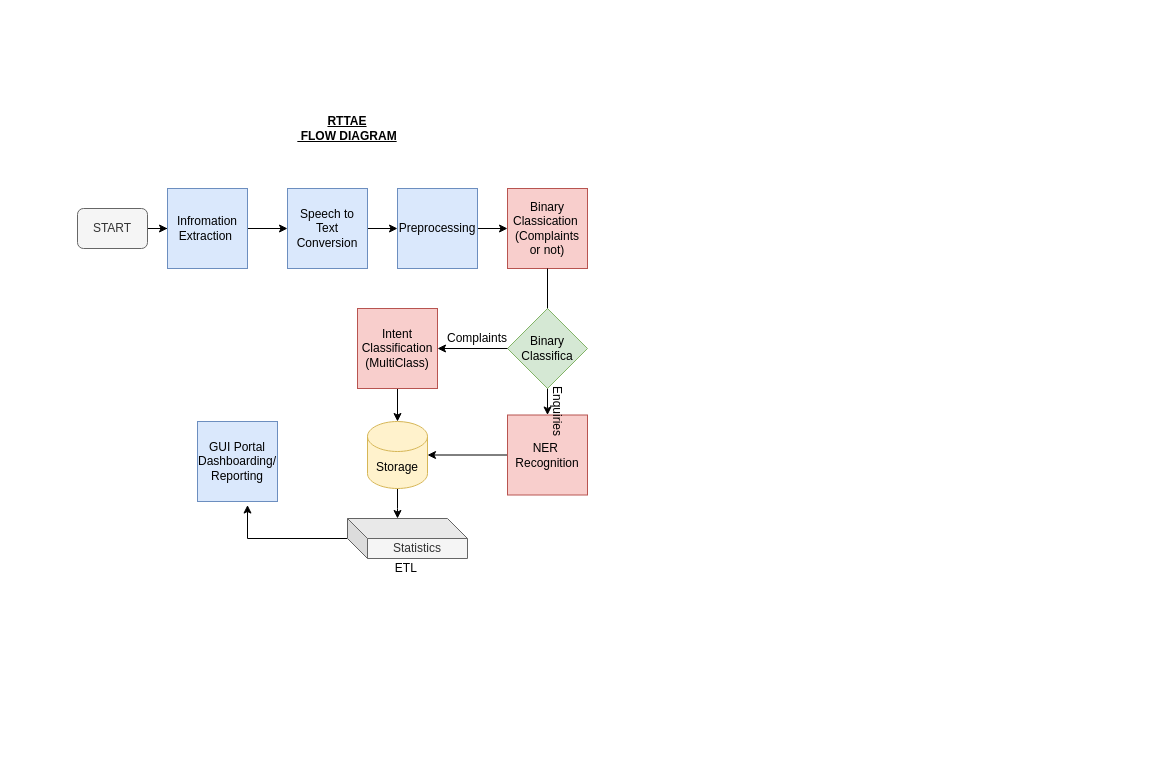
Earlier version of the draw.io diagram RTTAE_FunctionalFlow.drawio (arjunKumbakkara/AI_ML_Architectures). Source tidied: cells renumbered, new cells numbered last; positions are measured from the earlier drawing's top-left corner, leaving out a move shared by most shapes. Both pictures are drawn from the tidied source at 100%, with x=0, y=0 at pixel (77, 118).
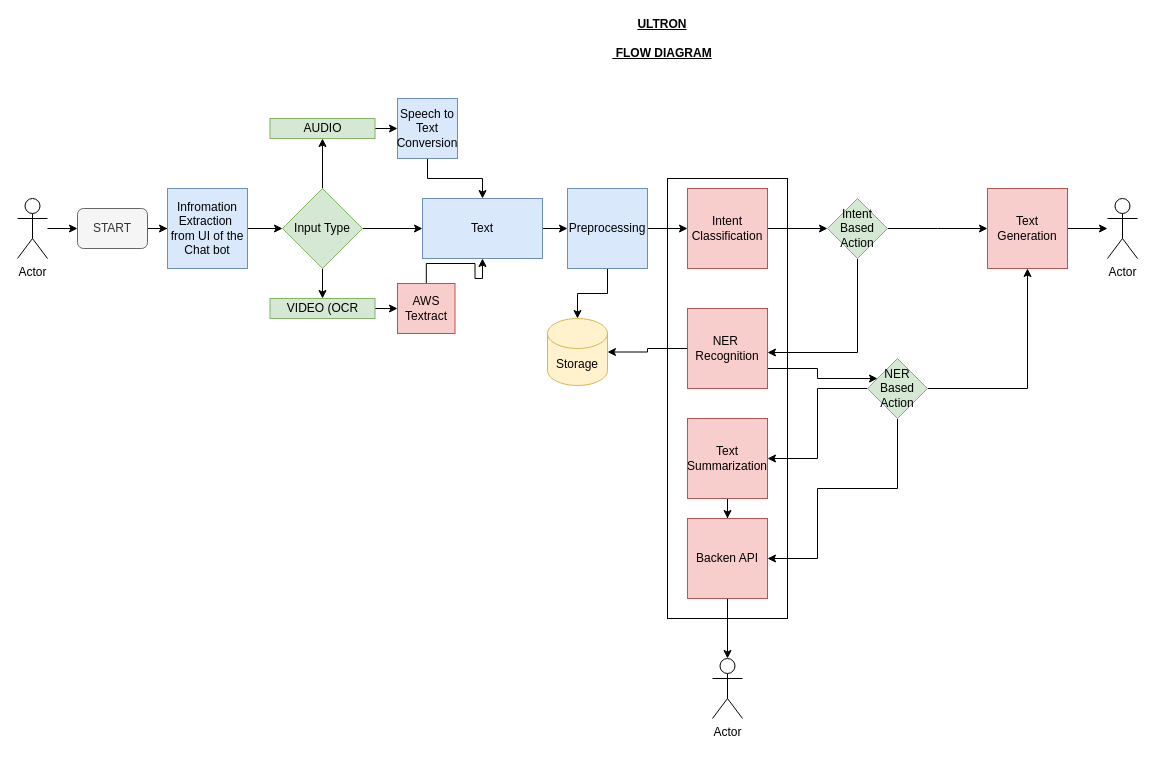
The same diagram, later.

Unchanged cells that the change refers to:
```xml
<mxCell id="4" value="START" style="rounded=1;whiteSpace=wrap;html=1;fillColor=#f5f5f5;strokeColor=#666666;fontColor=#333333;" parent="1" vertex="1">
  <mxGeometry y="90" width="70" height="40" as="geometry" />
</mxCell>
```

The edit, as a diff of the source:
```diff
@@
+    <mxCell id="27" style="rounded=0;whiteSpace=wrap;html=1;" parent="1" vertex="1">
+      <mxGeometry x="590" y="60" width="120" height="440" as="geometry" />
+    </mxCell>
-    <mxCell id="2" value="&lt;b&gt;&lt;u&gt;RTTAE&lt;br&gt;&amp;nbsp;FLOW DIAGRAM&lt;/u&gt;&lt;/b&gt;" style="text;html=1;strokeColor=none;fillColor=none;align=center;verticalAlign=middle;whiteSpace=wrap;rounded=0;" parent="1" vertex="1">
-      <mxGeometry x="200" width="140" height="20" as="geometry" />
+    <mxCell id="2" value="&lt;b&gt;&lt;u&gt;ULTRON&lt;br&gt;&lt;br&gt;&amp;nbsp;FLOW DIAGRAM&lt;/u&gt;&lt;/b&gt;" style="text;html=1;strokeColor=none;fillColor=none;align=center;verticalAlign=middle;whiteSpace=wrap;rounded=0;" parent="1" vertex="1">
+      <mxGeometry x="440" y="-90" width="290" height="20" as="geometry" />
     </mxCell>
@@
-    <mxCell id="5" style="edgeStyle=orthogonalEdgeStyle;rounded=0;jettySize=auto;html=1;" parent="1" edge="1" source="6" target="8">
-      <mxGeometry relative="1" as="geometry" />
-    </mxCell>
+    <mxCell id="28" style="edgeStyle=orthogonalEdgeStyle;rounded=0;jettySize=auto;html=1;" parent="1" edge="1" source="6" target="36">
+      <mxGeometry relative="1" as="geometry" />
+    </mxCell>
-    <mxCell id="6" value="Infromation Extraction&amp;nbsp;" style="whiteSpace=wrap;html=1;fillColor=#dae8fc;strokeColor=#6c8ebf;" parent="1" vertex="1">
+    <mxCell id="6" value="Infromation Extraction&amp;nbsp;&lt;br&gt;from UI of the Chat bot" style="whiteSpace=wrap;html=1;fillColor=#dae8fc;strokeColor=#6c8ebf;" parent="1" vertex="1">
       <mxGeometry x="90" y="70" width="80" height="80" as="geometry" />
     </mxCell>
-    <mxCell id="7" style="edgeStyle=orthogonalEdgeStyle;rounded=0;jettySize=auto;html=1;" parent="1" edge="1" source="8" target="10">
-      <mxGeometry relative="1" as="geometry" />
-    </mxCell>
+    <mxCell id="29" style="edgeStyle=orthogonalEdgeStyle;rounded=0;jettySize=auto;html=1;" parent="1" edge="1" source="8" target="44">
+      <mxGeometry relative="1" as="geometry" />
+    </mxCell>
     <mxCell id="8" value="Speech to Text Conversion" style="whiteSpace=wrap;html=1;fillColor=#dae8fc;strokeColor=#6c8ebf;" parent="1" vertex="1">
-      <mxGeometry x="210" y="70" width="80" height="80" as="geometry" />
+      <mxGeometry x="320" y="-20" width="60" height="60" as="geometry" />
     </mxCell>
@@
+    <mxCell id="30" style="edgeStyle=orthogonalEdgeStyle;rounded=0;jettySize=auto;html=1;" parent="1" edge="1" source="10" target="26">
+      <mxGeometry relative="1" as="geometry" />
+    </mxCell>
     <mxCell id="10" value="Preprocessing" style="whiteSpace=wrap;html=1;fillColor=#dae8fc;strokeColor=#6c8ebf;" parent="1" vertex="1">
-      <mxGeometry x="320" y="70" width="80" height="80" as="geometry" />
+      <mxGeometry x="490" y="70" width="80" height="80" as="geometry" />
     </mxCell>
+    <mxCell id="31" style="edgeStyle=orthogonalEdgeStyle;rounded=0;jettySize=auto;html=1;" parent="1" edge="1" source="11" target="53">
+      <mxGeometry relative="1" as="geometry" />
+    </mxCell>
-    <mxCell id="11" value="Binary Classication&amp;nbsp;&lt;br&gt;(Complaints or not)" style="whiteSpace=wrap;html=1;fillColor=#f8cecc;strokeColor=#b85450;" parent="1" vertex="1">
-      <mxGeometry x="430" y="70" width="80" height="80" as="geometry" />
+    <mxCell id="11" value="Intent Classification&lt;br&gt;" style="whiteSpace=wrap;html=1;fillColor=#f8cecc;strokeColor=#b85450;" parent="1" vertex="1">
+      <mxGeometry x="610" y="70" width="80" height="80" as="geometry" />
     </mxCell>
-    <mxCell id="12" style="edgeStyle=orthogonalEdgeStyle;rounded=0;jettySize=auto;html=1;entryX=0.5;entryY=0;entryDx=0;entryDy=0;entryPerimeter=0;" parent="1" edge="1" source="13" target="26">
-      <mxGeometry relative="1" as="geometry" />
-    </mxCell>
-    <mxCell id="13" value="Intent Classification&lt;br&gt;(MultiClass)" style="whiteSpace=wrap;html=1;fillColor=#f8cecc;strokeColor=#b85450;" parent="1" vertex="1">
-      <mxGeometry x="280" y="190" width="80" height="80" as="geometry" />
-    </mxCell>
@@
+    <mxCell id="32" style="edgeStyle=orthogonalEdgeStyle;rounded=0;jettySize=auto;html=1;" parent="1" edge="1" source="15" target="57">
+      <mxGeometry relative="1" as="geometry">
+        <Array as="points">
+          <mxPoint x="740" y="250" />
+          <mxPoint x="740" y="260" />
+        </Array>
+      </mxGeometry>
+    </mxCell>
     <mxCell id="15" value="NER&amp;nbsp;&lt;br&gt;Recognition" style="whiteSpace=wrap;html=1;fillColor=#f8cecc;strokeColor=#b85450;" parent="1" vertex="1">
-      <mxGeometry x="430" y="296.5" width="80" height="80" as="geometry" />
+      <mxGeometry x="610" y="190" width="80" height="80" as="geometry" />
     </mxCell>
-    <mxCell id="16" style="endArrow=classic;html=1;exitX=0.5;exitY=1;exitDx=0;exitDy=0;entryX=0.5;entryY=0;entryDx=0;entryDy=0;" parent="1" edge="1" source="11" target="15">
-      <mxGeometry relative="1" as="geometry" />
-    </mxCell>
-    <mxCell id="17" style="edgeStyle=orthogonalEdgeStyle;rounded=0;jettySize=auto;html=1;entryX=0.625;entryY=1.044;entryDx=0;entryDy=0;entryPerimeter=0;" parent="1" edge="1" source="18" target="23">
-      <mxGeometry relative="1" as="geometry" />
-    </mxCell>
-    <mxCell id="18" value="Statistics" style="shape=cube;whiteSpace=wrap;html=1;boundedLbl=1;backgroundOutline=1;darkOpacity=0.05;darkOpacity2=0.1;fillColor=#f5f5f5;strokeColor=#666666;fontColor=#333333;" parent="1" vertex="1">
-      <mxGeometry x="270" y="400" width="120" height="40" as="geometry" />
-    </mxCell>
-    <mxCell id="19" value="Binary Classifica" style="rhombus;whiteSpace=wrap;html=1;fillColor=#d5e8d4;strokeColor=#82b366;" parent="1" vertex="1">
-      <mxGeometry x="430" y="190" width="80" height="80" as="geometry" />
-    </mxCell>
-    <mxCell id="20" style="endArrow=classic;html=1;exitX=0;exitY=0.5;exitDx=0;exitDy=0;" parent="1" edge="1" source="19">
-      <mxGeometry relative="1" as="geometry">
-        <mxPoint x="360" y="230" as="targetPoint" />
-      </mxGeometry>
-    </mxCell>
-    <mxCell id="21" value="Enquiries" style="text;html=1;strokeColor=none;fillColor=none;align=center;verticalAlign=middle;whiteSpace=wrap;rounded=0;rotation=90;" parent="1" vertex="1">
-      <mxGeometry x="460" y="283" width="40" height="20" as="geometry" />
-    </mxCell>
-    <mxCell id="22" value="Complaints" style="text;html=1;strokeColor=none;fillColor=none;align=center;verticalAlign=middle;whiteSpace=wrap;rounded=0;" parent="1" vertex="1">
-      <mxGeometry x="380" y="210" width="40" height="20" as="geometry" />
-    </mxCell>
-    <mxCell id="23" value="GUI Portal&lt;br&gt;Dashboarding/&lt;br&gt;Reporting" style="whiteSpace=wrap;html=1;fillColor=#dae8fc;strokeColor=#6c8ebf;" parent="1" vertex="1">
-      <mxGeometry x="120" y="303" width="80" height="80" as="geometry" />
-    </mxCell>
-    <mxCell id="24" value="ETL&amp;nbsp;" style="text;html=1;align=center;verticalAlign=middle;strokeColor=none;" parent="1" vertex="1">
-      <mxGeometry x="310" y="440" width="40" height="20" as="geometry" />
-    </mxCell>
-    <mxCell id="25" style="edgeStyle=orthogonalEdgeStyle;rounded=0;jettySize=auto;html=1;" parent="1" edge="1" source="26">
-      <mxGeometry relative="1" as="geometry">
-        <mxPoint x="320" y="400" as="targetPoint" />
-      </mxGeometry>
-    </mxCell>
     <mxCell id="26" value="Storage" style="shape=cylinder3;whiteSpace=wrap;html=1;boundedLbl=1;backgroundOutline=1;size=15;fillColor=#fff2cc;strokeColor=#d6b656;" parent="1" vertex="1">
-      <mxGeometry x="290" y="303" width="60" height="67" as="geometry" />
+      <mxGeometry x="470" y="200" width="60" height="67" as="geometry" />
     </mxCell>
+    <mxCell id="33" style="edgeStyle=orthogonalEdgeStyle;rounded=0;jettySize=auto;html=1;" parent="1" edge="1" source="36" target="38">
+      <mxGeometry relative="1" as="geometry" />
+    </mxCell>
+    <mxCell id="34" style="edgeStyle=orthogonalEdgeStyle;rounded=0;jettySize=auto;html=1;" parent="1" edge="1" source="36" target="42">
+      <mxGeometry relative="1" as="geometry" />
+    </mxCell>
+    <mxCell id="35" style="edgeStyle=orthogonalEdgeStyle;rounded=0;jettySize=auto;html=1;" parent="1" edge="1" source="36" target="44">
+      <mxGeometry relative="1" as="geometry" />
+    </mxCell>
+    <mxCell id="36" value="Input Type" style="rhombus;whiteSpace=wrap;html=1;fillColor=#d5e8d4;strokeColor=#82b366;" parent="1" vertex="1">
+      <mxGeometry x="205" y="70" width="80" height="80" as="geometry" />
+    </mxCell>
+    <mxCell id="37" style="edgeStyle=orthogonalEdgeStyle;rounded=0;jettySize=auto;html=1;" parent="1" edge="1" source="38" target="40">
+      <mxGeometry relative="1" as="geometry" />
+    </mxCell>
+    <mxCell id="38" value="VIDEO (OCR" style="whiteSpace=wrap;html=1;strokeColor=#82b366;fillColor=#d5e8d4;" parent="1" vertex="1">
+      <mxGeometry x="192.5" y="180" width="105" height="20" as="geometry" />
+    </mxCell>
+    <mxCell id="39" style="edgeStyle=orthogonalEdgeStyle;rounded=0;jettySize=auto;html=1;" parent="1" edge="1" source="40" target="44">
+      <mxGeometry relative="1" as="geometry" />
+    </mxCell>
+    <mxCell id="40" value="AWS Textract" style="whiteSpace=wrap;html=1;strokeColor=#b85450;fillColor=#f8cecc;" parent="1" vertex="1">
+      <mxGeometry x="320" y="165" width="57.5" height="50" as="geometry" />
+    </mxCell>
+    <mxCell id="41" style="edgeStyle=orthogonalEdgeStyle;rounded=0;jettySize=auto;html=1;" parent="1" edge="1" source="42" target="8">
+      <mxGeometry relative="1" as="geometry" />
+    </mxCell>
+    <mxCell id="42" value="AUDIO" style="whiteSpace=wrap;html=1;strokeColor=#82b366;fillColor=#d5e8d4;" parent="1" vertex="1">
+      <mxGeometry x="192.5" width="105" height="20" as="geometry" />
+    </mxCell>
+    <mxCell id="43" style="edgeStyle=orthogonalEdgeStyle;rounded=0;jettySize=auto;html=1;" parent="1" edge="1" source="44" target="10">
+      <mxGeometry relative="1" as="geometry" />
+    </mxCell>
+    <mxCell id="44" value="Text" style="whiteSpace=wrap;html=1;strokeColor=#6c8ebf;fillColor=#dae8fc;" parent="1" vertex="1">
+      <mxGeometry x="345" y="80" width="120" height="60" as="geometry" />
+    </mxCell>
+    <mxCell id="45" style="edgeStyle=orthogonalEdgeStyle;rounded=0;jettySize=auto;html=1;" parent="1" edge="1" source="46" target="59">
+      <mxGeometry relative="1" as="geometry" />
+    </mxCell>
+    <mxCell id="46" value="Text Summarization&lt;br&gt;" style="whiteSpace=wrap;html=1;fillColor=#f8cecc;strokeColor=#b85450;" parent="1" vertex="1">
+      <mxGeometry x="610" y="300" width="80" height="80" as="geometry" />
+    </mxCell>
+    <mxCell id="47" style="edgeStyle=orthogonalEdgeStyle;rounded=0;jettySize=auto;html=1;" parent="1" edge="1" source="48" target="4">
+      <mxGeometry relative="1" as="geometry" />
+    </mxCell>
+    <mxCell id="48" value="Actor" style="shape=umlActor;verticalLabelPosition=bottom;verticalAlign=top;html=1;outlineConnect=0;" parent="1" vertex="1">
+      <mxGeometry x="-60" y="80" width="30" height="60" as="geometry" />
+    </mxCell>
+    <mxCell id="49" value="Actor" style="shape=umlActor;verticalLabelPosition=bottom;verticalAlign=top;html=1;outlineConnect=0;" parent="1" vertex="1">
+      <mxGeometry x="1030" y="80" width="30" height="60" as="geometry" />
+    </mxCell>
+    <mxCell id="50" value="Actor" style="shape=umlActor;verticalLabelPosition=bottom;verticalAlign=top;html=1;outlineConnect=0;" parent="1" vertex="1">
+      <mxGeometry x="635" y="540" width="30" height="60" as="geometry" />
+    </mxCell>
+    <mxCell id="51" style="edgeStyle=orthogonalEdgeStyle;rounded=0;jettySize=auto;html=1;" parent="1" edge="1" source="53">
+      <mxGeometry relative="1" as="geometry">
+        <mxPoint x="910" y="110" as="targetPoint" />
+      </mxGeometry>
+    </mxCell>
+    <mxCell id="52" style="edgeStyle=orthogonalEdgeStyle;rounded=0;jettySize=auto;html=1;" parent="1" edge="1" source="53" target="15">
+      <mxGeometry relative="1" as="geometry">
+        <Array as="points">
+          <mxPoint x="780" y="234" />
+        </Array>
+      </mxGeometry>
+    </mxCell>
+    <mxCell id="53" value="Intent Based Action" style="rhombus;whiteSpace=wrap;html=1;fillColor=#d5e8d4;strokeColor=#82b366;" parent="1" vertex="1">
+      <mxGeometry x="750" y="80" width="60" height="60" as="geometry" />
+    </mxCell>
+    <mxCell id="54" style="edgeStyle=orthogonalEdgeStyle;rounded=0;jettySize=auto;html=1;entryX=1;entryY=0.5;entryDx=0;entryDy=0;" parent="1" edge="1" source="57" target="46">
+      <mxGeometry relative="1" as="geometry" />
+    </mxCell>
+    <mxCell id="55" style="edgeStyle=orthogonalEdgeStyle;rounded=0;jettySize=auto;html=1;entryX=0.5;entryY=1;entryDx=0;entryDy=0;" parent="1" edge="1" source="57" target="61">
+      <mxGeometry relative="1" as="geometry" />
+    </mxCell>
+    <mxCell id="56" style="edgeStyle=orthogonalEdgeStyle;rounded=0;jettySize=auto;html=1;entryX=1;entryY=0.5;entryDx=0;entryDy=0;" parent="1" edge="1" source="57" target="59">
+      <mxGeometry relative="1" as="geometry">
+        <Array as="points">
+          <mxPoint x="820" y="370" />
+          <mxPoint x="740" y="370" />
+          <mxPoint x="740" y="440" />
+        </Array>
+      </mxGeometry>
+    </mxCell>
+    <mxCell id="57" value="NER Based Action" style="rhombus;whiteSpace=wrap;html=1;fillColor=#d5e8d4;strokeColor=#82b366;" parent="1" vertex="1">
+      <mxGeometry x="790" y="240" width="60" height="60" as="geometry" />
+    </mxCell>
+    <mxCell id="58" style="edgeStyle=orthogonalEdgeStyle;rounded=0;jettySize=auto;html=1;" parent="1" edge="1" source="59" target="50">
+      <mxGeometry relative="1" as="geometry" />
+    </mxCell>
+    <mxCell id="59" value="Backen API" style="whiteSpace=wrap;html=1;fillColor=#f8cecc;strokeColor=#b85450;" parent="1" vertex="1">
+      <mxGeometry x="610" y="400" width="80" height="80" as="geometry" />
+    </mxCell>
+    <mxCell id="60" style="edgeStyle=orthogonalEdgeStyle;rounded=0;jettySize=auto;html=1;" parent="1" edge="1" source="61" target="49">
+      <mxGeometry relative="1" as="geometry" />
+    </mxCell>
+    <mxCell id="61" value="Text&lt;br&gt;Generation" style="whiteSpace=wrap;html=1;fillColor=#f8cecc;strokeColor=#b85450;" parent="1" vertex="1">
+      <mxGeometry x="910" y="70" width="80" height="80" as="geometry" />
+    </mxCell>
```
